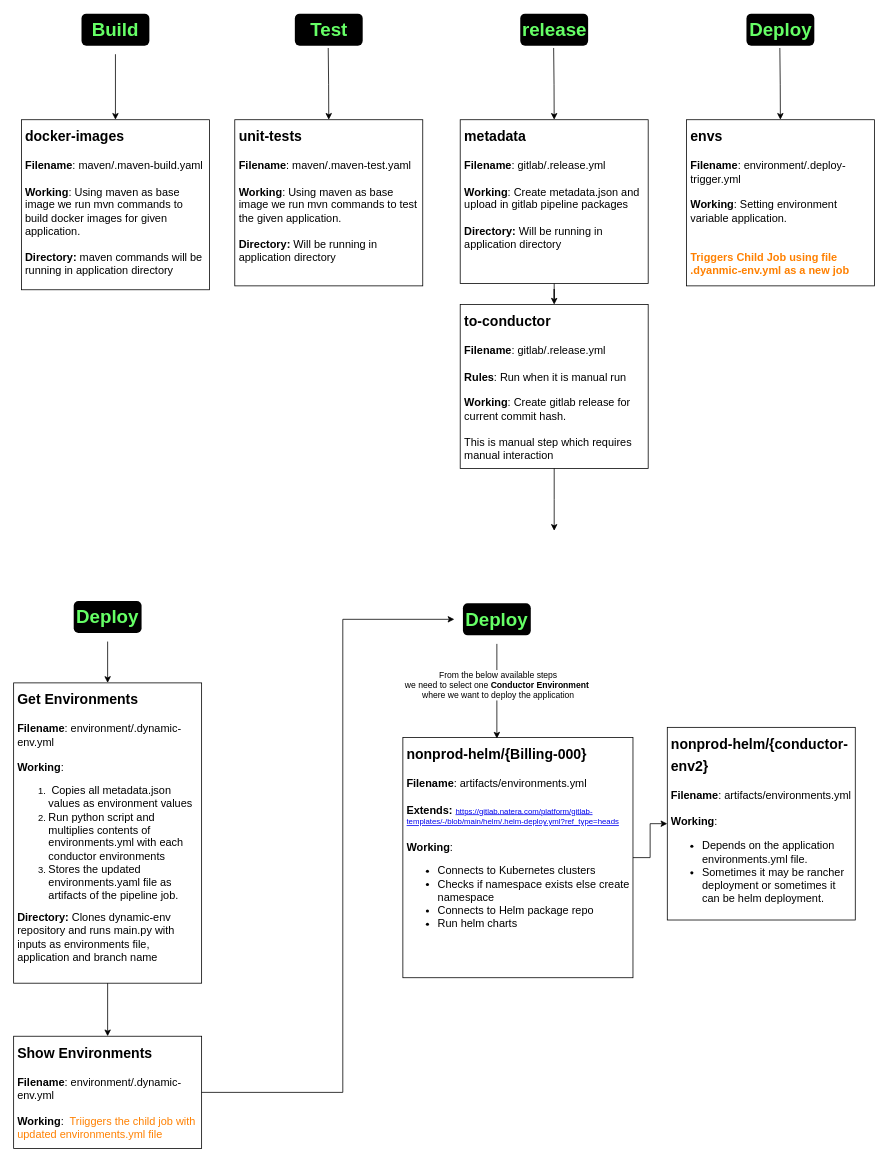
Earlier version of the draw.io diagram GitlabWorkflow.drawio (vishnu-chegondi/draw-repo). Source tidied: cells renumbered, new cells numbered last; positions are measured from the earlier drawing's top-left corner, leaving out a move shared by most shapes. Both pictures are drawn from the tidied source at 78%, with x=0, y=0 at pixel (13, 13).
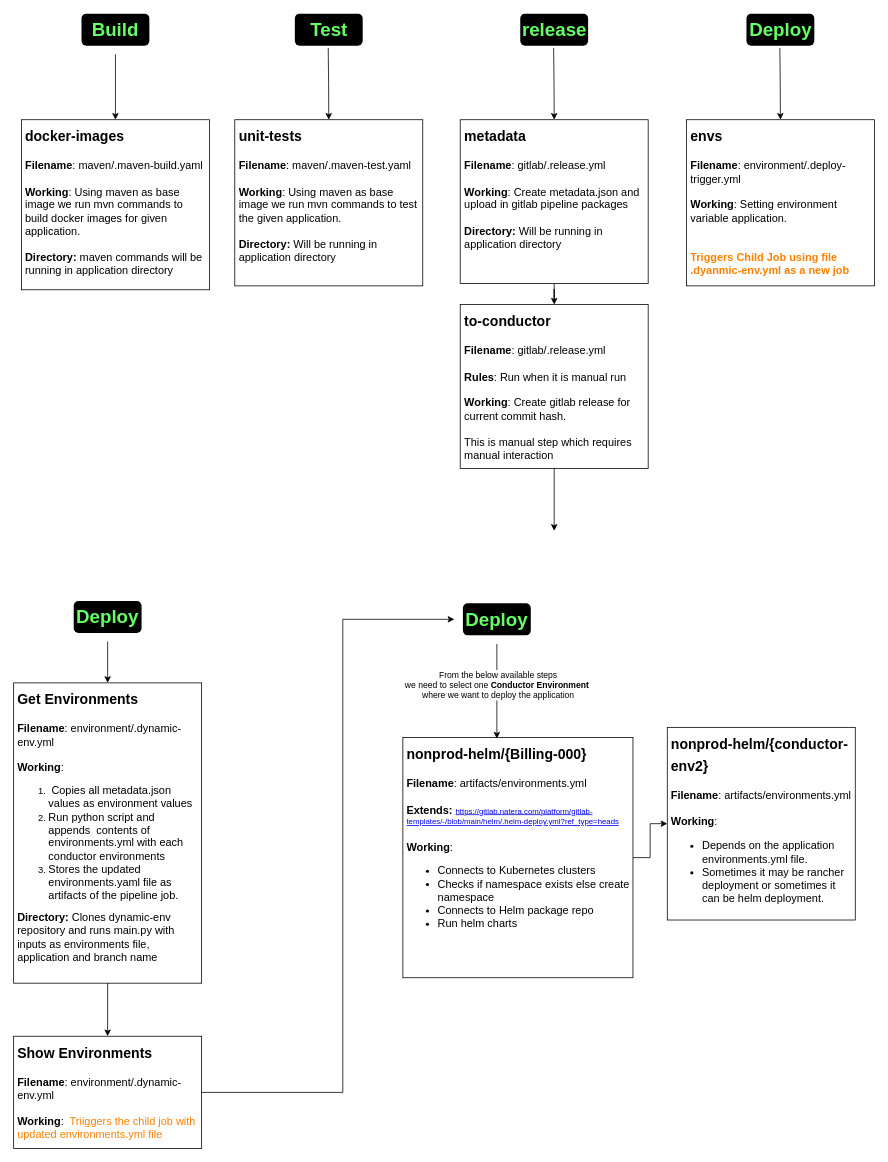
The same diagram, later.

Change to the diagram source:
```diff
@@
-    <mxCell id="20" value="&lt;h1&gt;&lt;span style=&quot;font-size: 18px;&quot;&gt;Get Environments&lt;/span&gt;&lt;/h1&gt;&lt;div&gt;&lt;font style=&quot;font-size: 14px;&quot;&gt;&lt;b&gt;Filename&lt;/b&gt;: environment/.dynamic-env.yml&lt;/font&gt;&lt;/div&gt;&lt;div&gt;&lt;b style=&quot;font-size: 14px; background-color: initial;&quot;&gt;&lt;br&gt;&lt;/b&gt;&lt;/div&gt;&lt;div&gt;&lt;b style=&quot;font-size: 14px; background-color: initial;&quot;&gt;Working&lt;/b&gt;&lt;span style=&quot;font-size: 14px; background-color: initial;&quot;&gt;:&lt;/span&gt;&lt;/div&gt;&lt;div&gt;&lt;ol&gt;&lt;li&gt;&lt;font style=&quot;font-size: 14px;&quot;&gt;&amp;nbsp;Copies all metadata.json values as environment values&lt;/font&gt;&lt;/li&gt;&lt;li&gt;&lt;span style=&quot;font-size: 14px;&quot;&gt;Run python script and multiplies contents of environments.yml with each conductor environments&lt;/span&gt;&lt;/li&gt;&lt;li&gt;&lt;font style=&quot;font-size: 14px;&quot;&gt;Stores the updated environments.yaml file as artifacts of the pipeline job.&lt;/font&gt;&lt;/li&gt;&lt;/ol&gt;&lt;/div&gt;&lt;div&gt;&lt;font style=&quot;font-size: 14px;&quot;&gt;&lt;b&gt;Directory: &lt;/b&gt;Clones dynamic-env repository and runs main.py with inputs as environments file, application and branch name&lt;br&gt;&lt;br&gt;&lt;br&gt;&lt;/font&gt;&lt;/div&gt;" style="text;html=1;strokeColor=default;fillColor=none;spacing=5;spacingTop=-20;whiteSpace=wrap;overflow=hidden;rounded=0;" parent="1" vertex="1">
+    <mxCell id="20" value="&lt;h1&gt;&lt;span style=&quot;font-size: 18px;&quot;&gt;Get Environments&lt;/span&gt;&lt;/h1&gt;&lt;div&gt;&lt;font style=&quot;font-size: 14px;&quot;&gt;&lt;b&gt;Filename&lt;/b&gt;: environment/.dynamic-env.yml&lt;/font&gt;&lt;/div&gt;&lt;div&gt;&lt;b style=&quot;font-size: 14px; background-color: initial;&quot;&gt;&lt;br&gt;&lt;/b&gt;&lt;/div&gt;&lt;div&gt;&lt;b style=&quot;font-size: 14px; background-color: initial;&quot;&gt;Working&lt;/b&gt;&lt;span style=&quot;font-size: 14px; background-color: initial;&quot;&gt;:&lt;/span&gt;&lt;/div&gt;&lt;div&gt;&lt;ol&gt;&lt;li&gt;&lt;font style=&quot;font-size: 14px;&quot;&gt;&amp;nbsp;Copies all metadata.json values as environment values&lt;/font&gt;&lt;/li&gt;&lt;li&gt;&lt;span style=&quot;font-size: 14px;&quot;&gt;Run python script and appends&amp;nbsp; contents of environments.yml with each conductor environments&lt;/span&gt;&lt;/li&gt;&lt;li&gt;&lt;font style=&quot;font-size: 14px;&quot;&gt;Stores the updated environments.yaml file as artifacts of the pipeline job.&lt;/font&gt;&lt;/li&gt;&lt;/ol&gt;&lt;/div&gt;&lt;div&gt;&lt;font style=&quot;font-size: 14px;&quot;&gt;&lt;b&gt;Directory: &lt;/b&gt;Clones dynamic-env repository and runs main.py with inputs as environments file, application and branch name&lt;br&gt;&lt;br&gt;&lt;br&gt;&lt;/font&gt;&lt;/div&gt;" style="text;html=1;strokeColor=default;fillColor=none;spacing=5;spacingTop=-20;whiteSpace=wrap;overflow=hidden;rounded=0;" parent="1" vertex="1">
       <mxGeometry y="858" width="241" height="385" as="geometry" />
     </mxCell>
```
